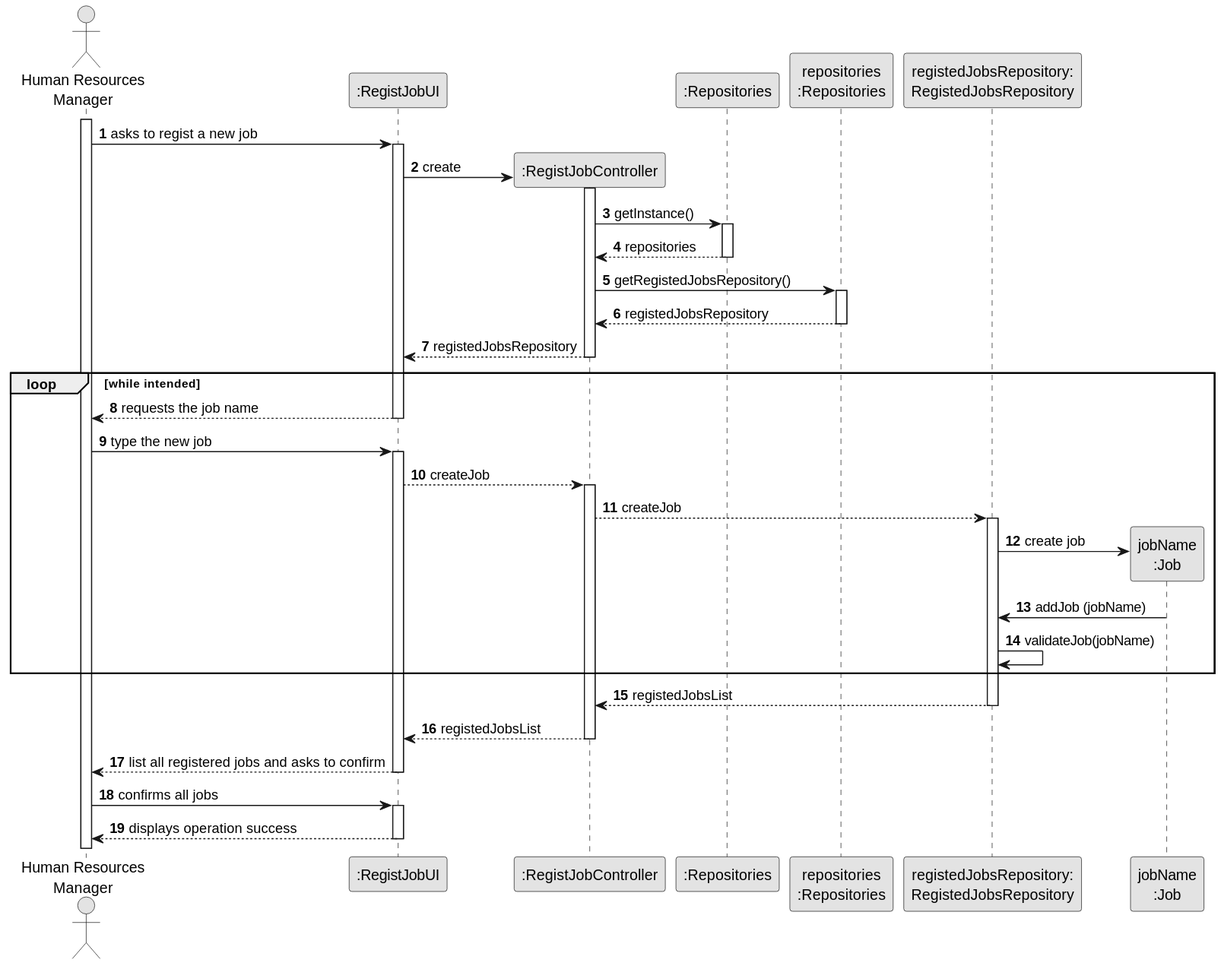
This is docs/sprint2/us002/03.design/svg/us002-sequence-diagram-full.svg from 1231360-ISEP/lei-24-s2-1db-g021, a PlantUML export, as it was before one commit.
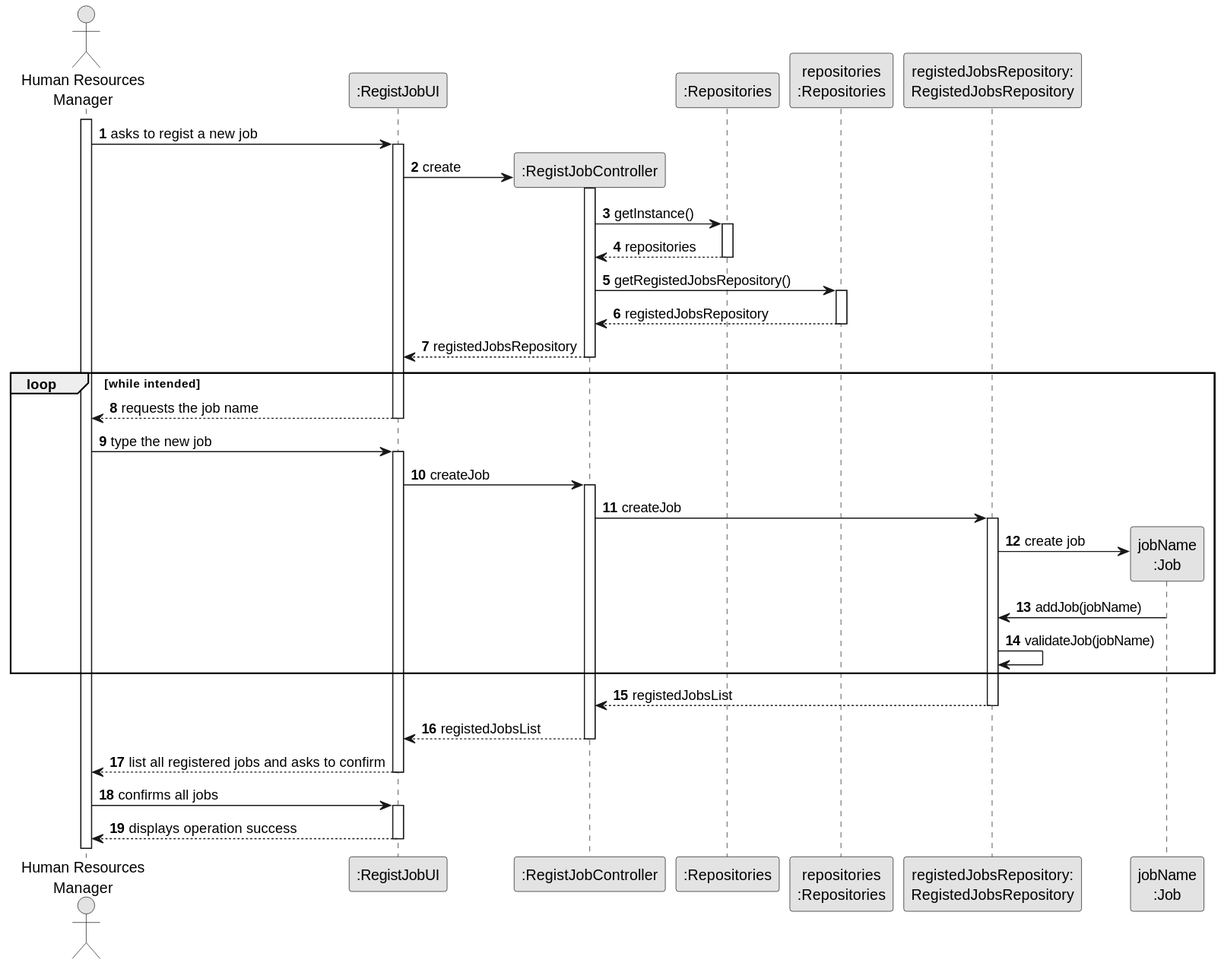
The same file after the commit.

Commit message:
US2 - update the partial diagram (get registed jobs repository)

Diff of the diagram source:
```diff
@@ -43,16 +43,16 @@
 
         HRM -> UI : type the new job
         activate UI
-            UI --> CTRL: createJob
+            UI -> CTRL: createJob
         activate CTRL
 
 
-            CTRL --> RegistedJobsRepository : createJob
+            CTRL -> RegistedJobsRepository : createJob
 
             activate RegistedJobsRepository
 
                 RegistedJobsRepository -> PROFISSAO**: create job
-                PROFISSAO -> RegistedJobsRepository: addJob (jobName)
+                PROFISSAO -> RegistedJobsRepository: addJob(jobName)
 
                     RegistedJobsRepository -> RegistedJobsRepository: validateJob(jobName)
 
```
